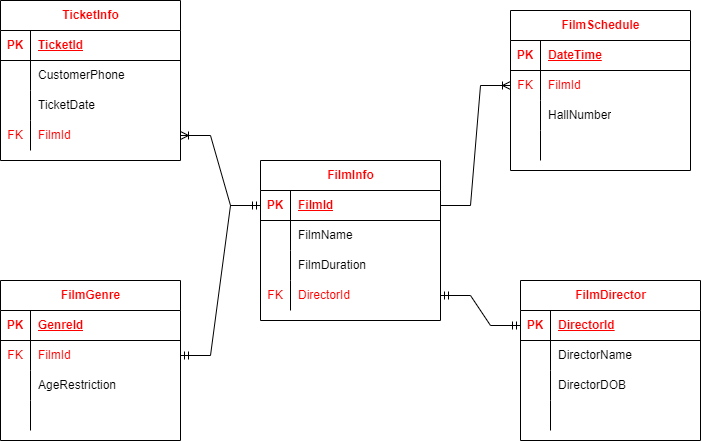
Kolesa-Education/kolesa-upgrade-homework-4 keeps this draw.io diagram as part1/Cinema.png. Above is the earlier version. Source tidied: cells renumbered, new cells last; positions are measured from the earlier drawing's top-left corner, leaving out a move shared by most shapes.
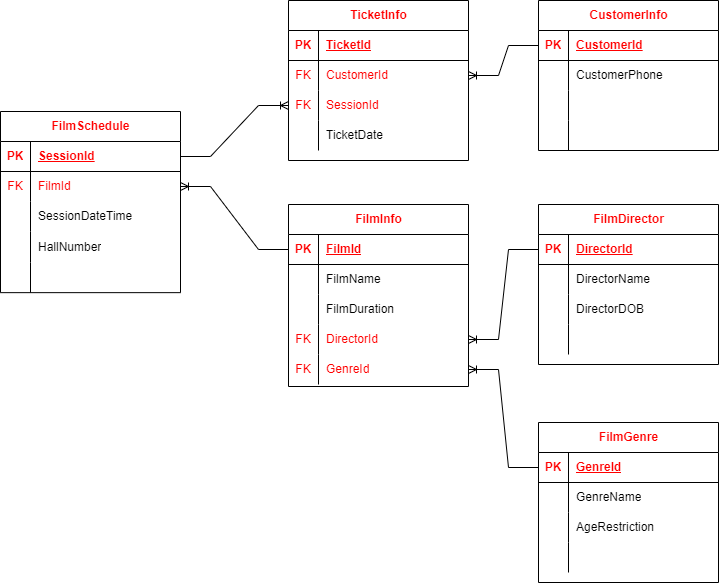
After the commit.

Commit message:
исправила связи

What changed in the source:
```diff
@@ -2,14 +2,11 @@
   <root>
     <mxCell id="0" />
     <mxCell id="1" parent="0" />
-    <mxCell id="2" style="edgeStyle=entityRelationEdgeStyle;fontSize=12;html=1;endArrow=ERmandOne;startArrow=ERmandOne;rounded=0;" parent="1" edge="1" source="31" target="47">
-      <mxGeometry relative="1" as="geometry" />
-    </mxCell>
-    <mxCell id="3" style="edgeStyle=entityRelationEdgeStyle;fontSize=12;html=1;endArrow=ERoneToMany;rounded=0;" parent="1" edge="1" source="31" target="14">
+    <mxCell id="3" style="edgeStyle=entityRelationEdgeStyle;fontSize=12;html=1;endArrow=ERoneToMany;rounded=0;" parent="1" edge="1" source="18" target="14">
       <mxGeometry relative="1" as="geometry" />
     </mxCell>
     <mxCell id="4" value="TicketInfo" style="shape=table;startSize=30;rowLines=0;fontStyle=1;align=center;fontColor=#FF0000;html=1;" parent="1" vertex="1">
-      <mxGeometry width="180" height="160" as="geometry" />
+      <mxGeometry x="260" y="42" width="180" height="160" as="geometry" />
     </mxCell>
     <mxCell id="5" style="shape=tableRow;horizontal=0;startSize=0;swimlaneHead=0;swimlaneBody=0;fillColor=none;top=0;left=0;right=0;bottom=1;fontColor=#FF0000;html=1;" parent="4" vertex="1">
       <mxGeometry y="30" width="180" height="30" as="geometry" />
@@ -23,14 +20,23 @@
     <mxCell id="8" style="shape=tableRow;horizontal=0;startSize=0;swimlaneHead=0;swimlaneBody=0;fillColor=none;points=[[0,0.5],[1,0.5]];portConstraint=eastwest;top=0;left=0;right=0;bottom=0;fontColor=#FF0000;html=1;" parent="4" vertex="1">
       <mxGeometry y="60" width="180" height="30" as="geometry" />
     </mxCell>
-    <mxCell id="9" style="shape=partialRectangle;fillColor=none;top=0;left=0;bottom=0;right=0;overflow=hidden;fontColor=#FF0000;html=1;" parent="8" vertex="1">
+    <mxCell id="9" value="FK" style="shape=partialRectangle;fillColor=none;top=0;left=0;bottom=0;right=0;overflow=hidden;fontColor=#FF0000;html=1;" parent="8" vertex="1">
       <mxGeometry width="30" height="30" as="geometry" />
     </mxCell>
-    <mxCell id="10" value="CustomerPhone" style="shape=partialRectangle;fillColor=none;top=0;left=0;bottom=0;right=0;align=left;spacingLeft=6;overflow=hidden;fontColor=#000000;html=1;" parent="8" vertex="1">
+    <mxCell id="10" value="&lt;font color=&quot;#ff0000&quot;&gt;CustomerId&lt;/font&gt;" style="shape=partialRectangle;fillColor=none;top=0;left=0;bottom=0;right=0;align=left;spacingLeft=6;overflow=hidden;fontColor=#000000;html=1;" parent="8" vertex="1">
       <mxGeometry x="30" width="150" height="30" as="geometry" />
     </mxCell>
+    <mxCell id="14" style="shape=tableRow;horizontal=0;startSize=0;swimlaneHead=0;swimlaneBody=0;fillColor=none;points=[[0,0.5],[1,0.5]];portConstraint=eastwest;top=0;left=0;right=0;bottom=0;fontColor=#FF0000;html=1;" parent="4" vertex="1">
+      <mxGeometry y="90" width="180" height="30" as="geometry" />
+    </mxCell>
+    <mxCell id="15" value="FK" style="shape=partialRectangle;fillColor=none;top=0;left=0;bottom=0;right=0;overflow=hidden;fontColor=#FF0000;html=1;" parent="14" vertex="1">
+      <mxGeometry width="30" height="30" as="geometry" />
+    </mxCell>
+    <mxCell id="16" value="SessionId" style="shape=partialRectangle;fillColor=none;top=0;left=0;bottom=0;right=0;align=left;spacingLeft=6;overflow=hidden;fontColor=#FF0000;html=1;" parent="14" vertex="1">
+      <mxGeometry x="30" width="150" height="30" as="geometry" />
+    </mxCell>
     <mxCell id="11" style="shape=tableRow;horizontal=0;startSize=0;swimlaneHead=0;swimlaneBody=0;fillColor=none;top=0;left=0;right=0;bottom=0;fontColor=#FF0000;html=1;" parent="4" vertex="1">
-      <mxGeometry y="90" width="180" height="30" as="geometry" />
+      <mxGeometry y="120" width="180" height="30" as="geometry" />
     </mxCell>
     <mxCell id="12" style="shape=partialRectangle;fillColor=none;top=0;left=0;bottom=0;right=0;overflow=hidden;fontColor=#FF0000;html=1;" parent="11" vertex="1">
       <mxGeometry width="30" height="30" as="geometry" />
@@ -38,17 +44,8 @@
     <mxCell id="13" value="&lt;font color=&quot;#000000&quot;&gt;TicketDate&lt;/font&gt;" style="shape=partialRectangle;fillColor=none;top=0;left=0;bottom=0;right=0;align=left;spacingLeft=6;overflow=hidden;fontColor=#FF0000;html=1;" parent="11" vertex="1">
       <mxGeometry x="30" width="150" height="30" as="geometry" />
     </mxCell>
-    <mxCell id="14" style="shape=tableRow;horizontal=0;startSize=0;swimlaneHead=0;swimlaneBody=0;fillColor=none;points=[[0,0.5],[1,0.5]];portConstraint=eastwest;top=0;left=0;right=0;bottom=0;fontColor=#FF0000;html=1;" parent="4" vertex="1">
-      <mxGeometry y="120" width="180" height="30" as="geometry" />
-    </mxCell>
-    <mxCell id="15" value="FK" style="shape=partialRectangle;fillColor=none;top=0;left=0;bottom=0;right=0;overflow=hidden;fontColor=#FF0000;html=1;" parent="14" vertex="1">
-      <mxGeometry width="30" height="30" as="geometry" />
-    </mxCell>
-    <mxCell id="16" value="FilmId" style="shape=partialRectangle;fillColor=none;top=0;left=0;bottom=0;right=0;align=left;spacingLeft=6;overflow=hidden;fontColor=#FF0000;html=1;" parent="14" vertex="1">
-      <mxGeometry x="30" width="150" height="30" as="geometry" />
-    </mxCell>
     <mxCell id="17" value="FilmSchedule" style="shape=table;startSize=30;rowLines=0;fontStyle=1;align=center;fontColor=#FF0000;html=1;" parent="1" vertex="1">
-      <mxGeometry x="510" y="10" width="180" height="160" as="geometry" />
+      <mxGeometry x="-28" y="153" width="180" height="181.1" as="geometry" />
     </mxCell>
     <mxCell id="18" style="shape=tableRow;horizontal=0;startSize=0;swimlaneHead=0;swimlaneBody=0;fillColor=none;points=[[0,0.5],[1,0.5]];portConstraint=eastwest;top=0;left=0;right=0;bottom=1;fontColor=#FF0000;html=1;" parent="17" vertex="1">
       <mxGeometry y="30" width="180" height="30" as="geometry" />
@@ -56,7 +53,7 @@
     <mxCell id="19" value="PK" style="shape=partialRectangle;fillColor=none;top=0;left=0;bottom=0;right=0;fontStyle=1;overflow=hidden;fontColor=#FF0000;html=1;" parent="18" vertex="1">
       <mxGeometry width="30" height="30" as="geometry" />
     </mxCell>
-    <mxCell id="20" value="DateTime" style="shape=partialRectangle;fillColor=none;top=0;left=0;bottom=0;right=0;align=left;spacingLeft=6;fontStyle=5;overflow=hidden;fontColor=#FF0000;html=1;" parent="18" vertex="1">
+    <mxCell id="20" value="SessionId" style="shape=partialRectangle;fillColor=none;top=0;left=0;bottom=0;right=0;align=left;spacingLeft=6;fontStyle=5;overflow=hidden;fontColor=#FF0000;html=1;" parent="18" vertex="1">
       <mxGeometry x="30" width="150" height="30" as="geometry" />
     </mxCell>
     <mxCell id="21" style="shape=tableRow;horizontal=0;startSize=0;swimlaneHead=0;swimlaneBody=0;fillColor=none;points=[[0,0.5],[1,0.5]];portConstraint=eastwest;top=0;left=0;right=0;bottom=0;fontColor=#FF0000;html=1;" parent="17" vertex="1">
@@ -74,11 +71,20 @@
     <mxCell id="25" style="shape=partialRectangle;fillColor=none;top=0;left=0;bottom=0;right=0;overflow=hidden;fontColor=#FF0000;html=1;" parent="24" vertex="1">
       <mxGeometry width="30" height="30" as="geometry" />
     </mxCell>
-    <mxCell id="26" value="HallNumber" style="shape=partialRectangle;fillColor=none;top=0;left=0;bottom=0;right=0;align=left;spacingLeft=6;overflow=hidden;fontColor=#000000;html=1;" parent="24" vertex="1">
+    <mxCell id="26" value="SessionDateTime" style="shape=partialRectangle;fillColor=none;top=0;left=0;bottom=0;right=0;align=left;spacingLeft=6;overflow=hidden;fontColor=#000000;html=1;" parent="24" vertex="1">
       <mxGeometry x="30" width="150" height="30" as="geometry" />
     </mxCell>
+    <mxCell id="71" style="shape=tableRow;horizontal=0;startSize=0;swimlaneHead=0;swimlaneBody=0;fillColor=none;top=0;left=0;right=0;bottom=0;fontColor=#FF0000;html=1;" parent="17" vertex="1">
+      <mxGeometry y="120" width="180" height="31" as="geometry" />
+    </mxCell>
+    <mxCell id="72" style="shape=partialRectangle;fillColor=none;top=0;left=0;bottom=0;right=0;overflow=hidden;fontColor=#FF0000;html=1;" parent="71" vertex="1">
+      <mxGeometry width="30" height="31" as="geometry" />
+    </mxCell>
+    <mxCell id="73" value="HallNumber" style="shape=partialRectangle;fillColor=none;top=0;left=0;bottom=0;right=0;align=left;spacingLeft=6;overflow=hidden;fontColor=#000000;html=1;" parent="71" vertex="1">
+      <mxGeometry x="30" width="150" height="31" as="geometry" />
+    </mxCell>
     <mxCell id="27" style="shape=tableRow;horizontal=0;startSize=0;swimlaneHead=0;swimlaneBody=0;fillColor=none;top=0;left=0;right=0;bottom=0;fontColor=#FF0000;html=1;" parent="17" vertex="1">
-      <mxGeometry y="120" width="180" height="30" as="geometry" />
+      <mxGeometry y="151" width="180" height="30" as="geometry" />
     </mxCell>
     <mxCell id="28" style="shape=partialRectangle;fillColor=none;top=0;left=0;bottom=0;right=0;overflow=hidden;fontColor=#FF0000;html=1;" parent="27" vertex="1">
       <mxGeometry width="30" height="30" as="geometry" />
@@ -87,7 +93,7 @@
       <mxGeometry x="30" width="150" height="30" as="geometry" />
     </mxCell>
     <mxCell id="30" value="FilmInfo" style="shape=table;startSize=30;rowLines=0;fontStyle=1;align=center;fontColor=#FF0000;html=1;" parent="1" vertex="1">
-      <mxGeometry x="260" y="160" width="180" height="160" as="geometry" />
+      <mxGeometry x="260" y="246" width="180" height="182" as="geometry" />
     </mxCell>
     <mxCell id="31" style="shape=tableRow;horizontal=0;startSize=0;swimlaneHead=0;swimlaneBody=0;fillColor=none;points=[[0,0.5],[1,0.5]];portConstraint=eastwest;top=0;left=0;right=0;bottom=1;fontColor=#FF0000;html=1;" parent="30" vertex="1">
       <mxGeometry y="30" width="180" height="30" as="geometry" />
@@ -125,8 +131,17 @@
     <mxCell id="42" value="DirectorId" style="shape=partialRectangle;fillColor=none;top=0;left=0;bottom=0;right=0;align=left;spacingLeft=6;overflow=hidden;fontColor=#FF0000;html=1;" parent="40" vertex="1">
       <mxGeometry x="30" width="150" height="30" as="geometry" />
     </mxCell>
+    <mxCell id="74" style="shape=tableRow;horizontal=0;startSize=0;swimlaneHead=0;swimlaneBody=0;fillColor=none;points=[[0,0.5],[1,0.5]];portConstraint=eastwest;top=0;left=0;right=0;bottom=0;fontColor=#FF0000;html=1;" parent="30" vertex="1">
+      <mxGeometry y="150" width="180" height="30" as="geometry" />
+    </mxCell>
+    <mxCell id="75" value="FK" style="shape=partialRectangle;fillColor=none;top=0;left=0;bottom=0;right=0;overflow=hidden;fontColor=#FF0000;html=1;" parent="74" vertex="1">
+      <mxGeometry width="30" height="30" as="geometry" />
+    </mxCell>
+    <mxCell id="76" value="GenreId" style="shape=partialRectangle;fillColor=none;top=0;left=0;bottom=0;right=0;align=left;spacingLeft=6;overflow=hidden;fontColor=#FF0000;html=1;" parent="74" vertex="1">
+      <mxGeometry x="30" width="150" height="30" as="geometry" />
+    </mxCell>
     <mxCell id="43" value="FilmGenre" style="shape=table;startSize=30;rowLines=0;fontStyle=1;align=center;fontColor=#FF0000;html=1;" parent="1" vertex="1">
-      <mxGeometry y="280" width="180" height="160" as="geometry" />
+      <mxGeometry x="510" y="464" width="180" height="160" as="geometry" />
     </mxCell>
     <mxCell id="44" style="shape=tableRow;horizontal=0;startSize=0;swimlaneHead=0;swimlaneBody=0;fillColor=none;points=[[0,0.5],[1,0.5]];portConstraint=eastwest;top=0;left=0;right=0;bottom=1;fontColor=#FF0000;html=1;" parent="43" vertex="1">
       <mxGeometry y="30" width="180" height="30" as="geometry" />
@@ -140,10 +155,10 @@
     <mxCell id="47" style="shape=tableRow;horizontal=0;startSize=0;swimlaneHead=0;swimlaneBody=0;fillColor=none;points=[[0,0.5],[1,0.5]];portConstraint=eastwest;top=0;left=0;right=0;bottom=0;fontColor=#FF0000;html=1;" parent="43" vertex="1">
       <mxGeometry y="60" width="180" height="30" as="geometry" />
     </mxCell>
-    <mxCell id="48" value="FK" style="shape=partialRectangle;fillColor=none;top=0;left=0;bottom=0;right=0;overflow=hidden;fontColor=#FF0000;html=1;" parent="47" vertex="1">
+    <mxCell id="48" style="shape=partialRectangle;fillColor=none;top=0;left=0;bottom=0;right=0;overflow=hidden;fontColor=#FF0000;html=1;" parent="47" vertex="1">
       <mxGeometry width="30" height="30" as="geometry" />
     </mxCell>
-    <mxCell id="49" value="FilmId" style="shape=partialRectangle;fillColor=none;top=0;left=0;bottom=0;right=0;align=left;spacingLeft=6;overflow=hidden;fontColor=#FF0000;html=1;" parent="47" vertex="1">
+    <mxCell id="49" value="&lt;font color=&quot;#000000&quot;&gt;GenreName&lt;/font&gt;" style="shape=partialRectangle;fillColor=none;top=0;left=0;bottom=0;right=0;align=left;spacingLeft=6;overflow=hidden;fontColor=#FF0000;html=1;" parent="47" vertex="1">
       <mxGeometry x="30" width="150" height="30" as="geometry" />
     </mxCell>
     <mxCell id="50" style="shape=tableRow;horizontal=0;startSize=0;swimlaneHead=0;swimlaneBody=0;fillColor=none;top=0;left=0;right=0;bottom=0;fontColor=#FF0000;html=1;" parent="43" vertex="1">
@@ -165,7 +180,7 @@
       <mxGeometry x="30" width="150" height="30" as="geometry" />
     </mxCell>
     <mxCell id="56" value="FilmDirector" style="shape=table;startSize=30;rowLines=0;fontStyle=1;align=center;fontColor=#FF0000;html=1;" parent="1" vertex="1">
-      <mxGeometry x="520" y="280" width="180" height="160" as="geometry" />
+      <mxGeometry x="510" y="246" width="180" height="160" as="geometry" />
     </mxCell>
     <mxCell id="57" style="shape=tableRow;horizontal=0;startSize=0;swimlaneHead=0;swimlaneBody=0;fillColor=none;points=[[0,0.5],[1,0.5]];portConstraint=eastwest;top=0;left=0;right=0;bottom=1;fontColor=#FF0000;html=1;" parent="56" vertex="1">
       <mxGeometry y="30" width="180" height="30" as="geometry" />
@@ -203,11 +218,56 @@
     <mxCell id="68" style="shape=partialRectangle;fillColor=none;top=0;left=0;bottom=0;right=0;align=left;spacingLeft=6;overflow=hidden;fontColor=#FF0000;html=1;" parent="66" vertex="1">
       <mxGeometry x="30" width="150" height="30" as="geometry" />
     </mxCell>
+    <mxCell id="70" style="edgeStyle=entityRelationEdgeStyle;fontSize=12;html=1;endArrow=ERoneToMany;rounded=0;" parent="1" edge="1" source="31" target="21">
+      <mxGeometry relative="1" as="geometry" />
+    </mxCell>
+    <mxCell id="77" style="edgeStyle=entityRelationEdgeStyle;fontSize=12;html=1;endArrow=ERoneToMany;rounded=0;" parent="1" edge="1" source="44" target="74">
+      <mxGeometry relative="1" as="geometry" />
+    </mxCell>
-    <mxCell id="69" style="edgeStyle=entityRelationEdgeStyle;fontSize=12;html=1;endArrow=ERmandOne;startArrow=ERmandOne;rounded=0;" parent="1" edge="1" source="57" target="40">
+    <mxCell id="69" style="edgeStyle=entityRelationEdgeStyle;fontSize=12;html=1;endArrow=ERoneToMany;rounded=0;" parent="1" edge="1" source="57" target="40">
       <mxGeometry relative="1" as="geometry" />
     </mxCell>
-    <mxCell id="70" style="edgeStyle=entityRelationEdgeStyle;fontSize=12;html=1;endArrow=ERoneToMany;rounded=0;" parent="1" edge="1" source="31" target="21">
-      <mxGeometry relative="1" as="geometry" />
-    </mxCell>
+    <mxCell id="78" value="CustomerInfo" style="shape=table;startSize=30;rowLines=0;fontStyle=1;align=center;fontColor=#FF0000;html=1;" parent="1" vertex="1">
+      <mxGeometry x="510" y="42" width="180" height="150" as="geometry" />
+    </mxCell>
+    <mxCell id="79" style="shape=tableRow;horizontal=0;startSize=0;swimlaneHead=0;swimlaneBody=0;fillColor=none;points=[[0,0.5],[1,0.5]];portConstraint=eastwest;top=0;left=0;right=0;bottom=1;fontColor=#FF0000;html=1;" parent="78" vertex="1">
+      <mxGeometry y="30" width="180" height="30" as="geometry" />
+    </mxCell>
+    <mxCell id="80" value="PK" style="shape=partialRectangle;fillColor=none;top=0;left=0;bottom=0;right=0;fontStyle=1;overflow=hidden;fontColor=#FF0000;html=1;" parent="79" vertex="1">
+      <mxGeometry width="30" height="30" as="geometry" />
+    </mxCell>
+    <mxCell id="81" value="CustomerId" style="shape=partialRectangle;fillColor=none;top=0;left=0;bottom=0;right=0;align=left;spacingLeft=6;fontStyle=5;overflow=hidden;fontColor=#FF0000;html=1;" parent="79" vertex="1">
+      <mxGeometry x="30" width="150" height="30" as="geometry" />
+    </mxCell>
+    <mxCell id="82" style="shape=tableRow;horizontal=0;startSize=0;swimlaneHead=0;swimlaneBody=0;fillColor=none;top=0;left=0;right=0;bottom=0;fontColor=#FF0000;html=1;" parent="78" vertex="1">
+      <mxGeometry y="60" width="180" height="30" as="geometry" />
+    </mxCell>
+    <mxCell id="83" style="shape=partialRectangle;fillColor=none;top=0;left=0;bottom=0;right=0;overflow=hidden;fontColor=#FF0000;html=1;" parent="82" vertex="1">
+      <mxGeometry width="30" height="30" as="geometry" />
+    </mxCell>
+    <mxCell id="84" value="CustomerPhone" style="shape=partialRectangle;fillColor=none;top=0;left=0;bottom=0;right=0;align=left;spacingLeft=6;overflow=hidden;fontColor=#000000;html=1;" parent="82" vertex="1">
+      <mxGeometry x="30" width="150" height="30" as="geometry" />
+    </mxCell>
+    <mxCell id="85" style="shape=tableRow;horizontal=0;startSize=0;swimlaneHead=0;swimlaneBody=0;fillColor=none;top=0;left=0;right=0;bottom=0;fontColor=#FF0000;html=1;" parent="78" vertex="1">
+      <mxGeometry y="90" width="180" height="30" as="geometry" />
+    </mxCell>
+    <mxCell id="86" style="shape=partialRectangle;fillColor=none;top=0;left=0;bottom=0;right=0;overflow=hidden;fontColor=#FF0000;html=1;" parent="85" vertex="1">
+      <mxGeometry width="30" height="30" as="geometry" />
+    </mxCell>
+    <mxCell id="87" style="shape=partialRectangle;fillColor=none;top=0;left=0;bottom=0;right=0;align=left;spacingLeft=6;overflow=hidden;fontColor=#FF0000;html=1;" parent="85" vertex="1">
+      <mxGeometry x="30" width="150" height="30" as="geometry" />
+    </mxCell>
+    <mxCell id="88" style="shape=tableRow;horizontal=0;startSize=0;swimlaneHead=0;swimlaneBody=0;fillColor=none;top=0;left=0;right=0;bottom=0;fontColor=#FF0000;html=1;" parent="78" vertex="1">
+      <mxGeometry y="120" width="180" height="30" as="geometry" />
+    </mxCell>
+    <mxCell id="89" style="shape=partialRectangle;fillColor=none;top=0;left=0;bottom=0;right=0;overflow=hidden;fontColor=#FF0000;html=1;" parent="88" vertex="1">
+      <mxGeometry width="30" height="30" as="geometry" />
+    </mxCell>
+    <mxCell id="90" style="shape=partialRectangle;fillColor=none;top=0;left=0;bottom=0;right=0;align=left;spacingLeft=6;overflow=hidden;fontColor=#FF0000;html=1;" parent="88" vertex="1">
+      <mxGeometry x="30" width="150" height="30" as="geometry" />
+    </mxCell>
+    <mxCell id="91" style="edgeStyle=entityRelationEdgeStyle;fontSize=12;html=1;endArrow=ERoneToMany;rounded=0;" parent="1" edge="1" source="79" target="8">
+      <mxGeometry relative="1" as="geometry" />
+    </mxCell>
   </root>
 </mxGraphModel>
```
